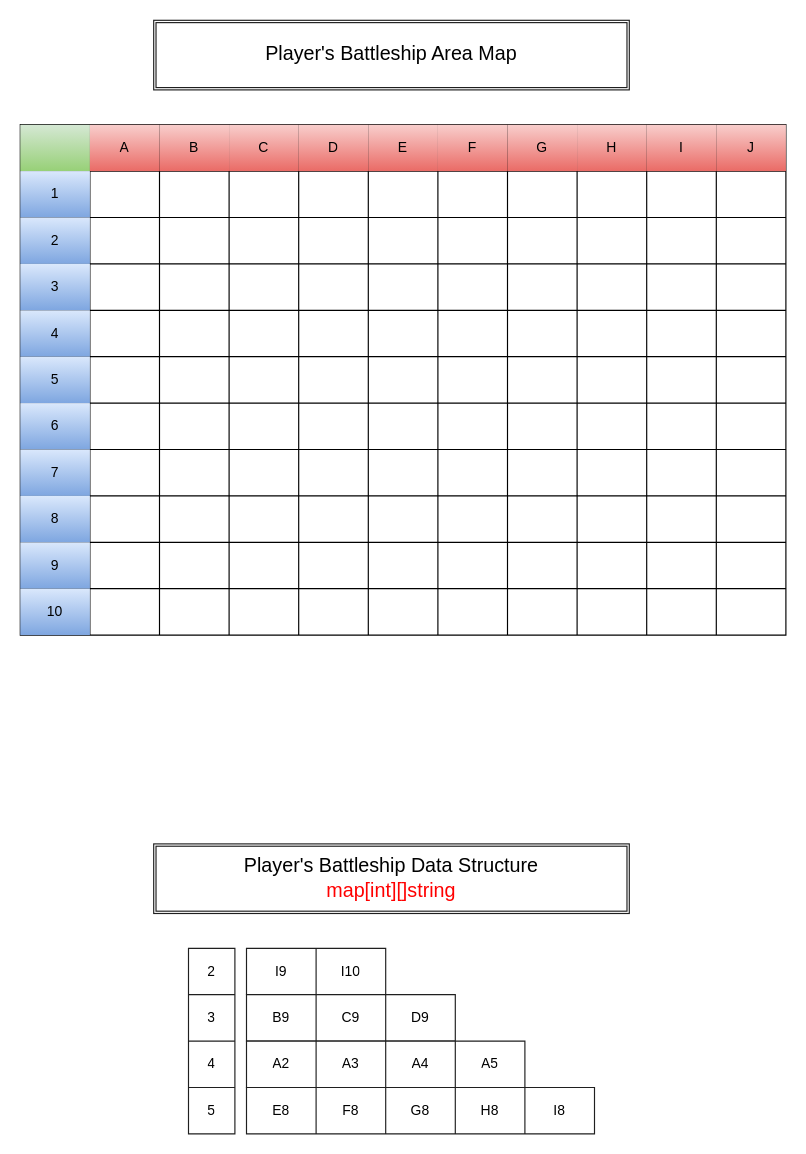
Above: docs/GameBattleship.drawio in CodyZhou/Game-Battleship (draw.io), before the change. Source tidied: cells renumbered, new cells numbered last; positions are measured from the earlier drawing's top-left corner, leaving out a move shared by most shapes. Both pictures are drawn from the tidied source at 116%, with x=0, y=0 at pixel (20, 20).
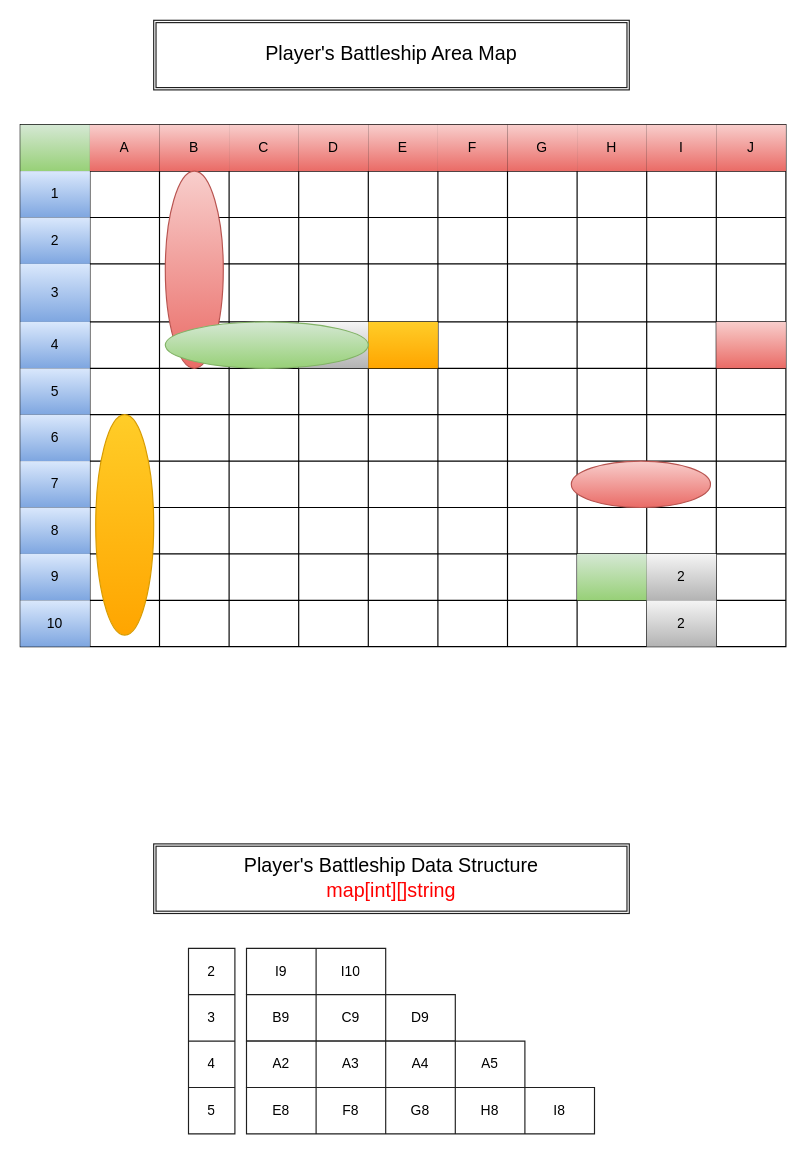
The same page after the edit.

The edit, as a diff of the source:
```diff
@@
     <mxCell id="2" style="shape=table;html=1;whiteSpace=wrap;startSize=0;childLayout=tableLayout;" parent="1" vertex="1">
-      <mxGeometry y="90" width="660" height="440" as="geometry" />
+      <mxGeometry y="90" width="660" height="450" as="geometry" />
     </mxCell>
@@
     <mxCell id="39" style="shape=tableRow;horizontal=0;startSize=0;swimlaneHead=0;swimlaneBody=0;top=0;left=0;bottom=0;right=0;fillColor=none;" parent="2" vertex="1">
-      <mxGeometry y="120" width="660" height="40" as="geometry" />
+      <mxGeometry y="120" width="660" height="50" as="geometry" />
     </mxCell>
     <mxCell id="40" value="3" style="shape=partialRectangle;html=1;whiteSpace=wrap;fillColor=#dae8fc;top=0;left=0;bottom=0;right=0;overflow=hidden;gradientColor=#7ea6e0;strokeColor=#6c8ebf;" parent="39" vertex="1">
-      <mxGeometry width="60" height="40" as="geometry" />
+      <mxGeometry width="60" height="50" as="geometry" />
     </mxCell>
     <mxCell id="41" style="shape=partialRectangle;html=1;whiteSpace=wrap;fillColor=none;top=0;left=0;bottom=0;right=0;overflow=hidden;" parent="39" vertex="1">
-      <mxGeometry x="60" width="60" height="40" as="geometry" />
+      <mxGeometry x="60" width="60" height="50" as="geometry" />
     </mxCell>
     <mxCell id="42" style="shape=partialRectangle;html=1;whiteSpace=wrap;fillColor=none;top=0;left=0;bottom=0;right=0;overflow=hidden;" parent="39" vertex="1">
-      <mxGeometry x="120" width="60" height="40" as="geometry" />
+      <mxGeometry x="120" width="60" height="50" as="geometry" />
     </mxCell>
     <mxCell id="43" style="shape=partialRectangle;html=1;whiteSpace=wrap;fillColor=none;top=0;left=0;bottom=0;right=0;overflow=hidden;" parent="39" vertex="1">
-      <mxGeometry x="180" width="60" height="40" as="geometry" />
+      <mxGeometry x="180" width="60" height="50" as="geometry" />
     </mxCell>
     <mxCell id="44" style="shape=partialRectangle;html=1;whiteSpace=wrap;fillColor=none;top=0;left=0;bottom=0;right=0;overflow=hidden;" parent="39" vertex="1">
-      <mxGeometry x="240" width="60" height="40" as="geometry" />
+      <mxGeometry x="240" width="60" height="50" as="geometry" />
     </mxCell>
     <mxCell id="45" style="shape=partialRectangle;html=1;whiteSpace=wrap;fillColor=none;top=0;left=0;bottom=0;right=0;overflow=hidden;" parent="39" vertex="1">
-      <mxGeometry x="300" width="60" height="40" as="geometry" />
+      <mxGeometry x="300" width="60" height="50" as="geometry" />
     </mxCell>
     <mxCell id="46" style="shape=partialRectangle;html=1;whiteSpace=wrap;fillColor=none;top=0;left=0;bottom=0;right=0;overflow=hidden;" parent="39" vertex="1">
-      <mxGeometry x="360" width="60" height="40" as="geometry" />
+      <mxGeometry x="360" width="60" height="50" as="geometry" />
     </mxCell>
     <mxCell id="47" style="shape=partialRectangle;html=1;whiteSpace=wrap;fillColor=none;top=0;left=0;bottom=0;right=0;overflow=hidden;" parent="39" vertex="1">
-      <mxGeometry x="420" width="60" height="40" as="geometry" />
+      <mxGeometry x="420" width="60" height="50" as="geometry" />
     </mxCell>
     <mxCell id="48" style="shape=partialRectangle;html=1;whiteSpace=wrap;fillColor=none;top=0;left=0;bottom=0;right=0;overflow=hidden;" parent="39" vertex="1">
-      <mxGeometry x="480" width="60" height="40" as="geometry" />
+      <mxGeometry x="480" width="60" height="50" as="geometry" />
     </mxCell>
     <mxCell id="49" style="shape=partialRectangle;html=1;whiteSpace=wrap;fillColor=none;top=0;left=0;bottom=0;right=0;overflow=hidden;" parent="39" vertex="1">
-      <mxGeometry x="540" width="60" height="40" as="geometry" />
+      <mxGeometry x="540" width="60" height="50" as="geometry" />
     </mxCell>
     <mxCell id="50" style="shape=partialRectangle;html=1;whiteSpace=wrap;fillColor=none;top=0;left=0;bottom=0;right=0;overflow=hidden;" parent="39" vertex="1">
-      <mxGeometry x="600" width="60" height="40" as="geometry" />
+      <mxGeometry x="600" width="60" height="50" as="geometry" />
     </mxCell>
     <mxCell id="51" style="shape=tableRow;horizontal=0;startSize=0;swimlaneHead=0;swimlaneBody=0;top=0;left=0;bottom=0;right=0;fillColor=none;" parent="2" vertex="1">
-      <mxGeometry y="160" width="660" height="40" as="geometry" />
+      <mxGeometry y="170" width="660" height="40" as="geometry" />
     </mxCell>
@@
-    <mxCell id="56" style="shape=partialRectangle;html=1;whiteSpace=wrap;fillColor=none;top=0;left=0;bottom=0;right=0;overflow=hidden;" parent="51" vertex="1">
+    <mxCell id="56" style="shape=partialRectangle;html=1;whiteSpace=wrap;fillColor=#f5f5f5;top=0;left=0;bottom=0;right=0;overflow=hidden;gradientColor=#b3b3b3;strokeColor=#666666;" parent="51" vertex="1">
       <mxGeometry x="240" width="60" height="40" as="geometry" />
     </mxCell>
-    <mxCell id="57" style="shape=partialRectangle;html=1;whiteSpace=wrap;fillColor=none;top=0;left=0;bottom=0;right=0;overflow=hidden;" parent="51" vertex="1">
+    <mxCell id="57" style="shape=partialRectangle;html=1;whiteSpace=wrap;fillColor=#ffcd28;top=0;left=0;bottom=0;right=0;overflow=hidden;gradientColor=#ffa500;strokeColor=#d79b00;" parent="51" vertex="1">
       <mxGeometry x="300" width="60" height="40" as="geometry" />
     </mxCell>
@@
-    <mxCell id="62" style="shape=partialRectangle;html=1;whiteSpace=wrap;fillColor=none;top=0;left=0;bottom=0;right=0;overflow=hidden;" parent="51" vertex="1">
+    <mxCell id="62" style="shape=partialRectangle;html=1;whiteSpace=wrap;fillColor=#f8cecc;top=0;left=0;bottom=0;right=0;overflow=hidden;gradientColor=#ea6b66;strokeColor=#b85450;" parent="51" vertex="1">
       <mxGeometry x="600" width="60" height="40" as="geometry" />
     </mxCell>
     <mxCell id="63" style="shape=tableRow;horizontal=0;startSize=0;swimlaneHead=0;swimlaneBody=0;top=0;left=0;bottom=0;right=0;fillColor=none;" parent="2" vertex="1">
-      <mxGeometry y="200" width="660" height="40" as="geometry" />
+      <mxGeometry y="210" width="660" height="40" as="geometry" />
     </mxCell>
@@
     <mxCell id="75" style="shape=tableRow;horizontal=0;startSize=0;swimlaneHead=0;swimlaneBody=0;top=0;left=0;bottom=0;right=0;fillColor=none;" parent="2" vertex="1">
-      <mxGeometry y="240" width="660" height="40" as="geometry" />
+      <mxGeometry y="250" width="660" height="40" as="geometry" />
     </mxCell>
@@
     <mxCell id="87" style="shape=tableRow;horizontal=0;startSize=0;swimlaneHead=0;swimlaneBody=0;top=0;left=0;bottom=0;right=0;fillColor=none;" parent="2" vertex="1">
-      <mxGeometry y="280" width="660" height="40" as="geometry" />
+      <mxGeometry y="290" width="660" height="40" as="geometry" />
     </mxCell>
@@
     <mxCell id="99" style="shape=tableRow;horizontal=0;startSize=0;swimlaneHead=0;swimlaneBody=0;top=0;left=0;bottom=0;right=0;fillColor=none;" parent="2" vertex="1">
-      <mxGeometry y="320" width="660" height="40" as="geometry" />
+      <mxGeometry y="330" width="660" height="40" as="geometry" />
     </mxCell>
@@
     <mxCell id="111" style="shape=tableRow;horizontal=0;startSize=0;swimlaneHead=0;swimlaneBody=0;top=0;left=0;bottom=0;right=0;fillColor=none;" parent="2" vertex="1">
-      <mxGeometry y="360" width="660" height="40" as="geometry" />
+      <mxGeometry y="370" width="660" height="40" as="geometry" />
     </mxCell>
@@
-    <mxCell id="120" style="shape=partialRectangle;html=1;whiteSpace=wrap;fillColor=none;top=0;left=0;bottom=0;right=0;overflow=hidden;" parent="111" vertex="1">
+    <mxCell id="120" style="shape=partialRectangle;html=1;whiteSpace=wrap;fillColor=#d5e8d4;top=0;left=0;bottom=0;right=0;overflow=hidden;gradientColor=#97d077;strokeColor=#82b366;" parent="111" vertex="1">
       <mxGeometry x="480" width="60" height="40" as="geometry" />
     </mxCell>
-    <mxCell id="121" style="shape=partialRectangle;html=1;whiteSpace=wrap;fillColor=none;top=0;left=0;bottom=0;right=0;overflow=hidden;" parent="111" vertex="1">
+    <mxCell id="121" value="2" style="shape=partialRectangle;html=1;whiteSpace=wrap;fillColor=#f5f5f5;top=0;left=0;bottom=0;right=0;overflow=hidden;gradientColor=#b3b3b3;strokeColor=#666666;" parent="111" vertex="1">
       <mxGeometry x="540" width="60" height="40" as="geometry" />
     </mxCell>
@@
     <mxCell id="123" style="shape=tableRow;horizontal=0;startSize=0;swimlaneHead=0;swimlaneBody=0;top=0;left=0;bottom=0;right=0;fillColor=none;" parent="2" vertex="1">
-      <mxGeometry y="400" width="660" height="40" as="geometry" />
+      <mxGeometry y="410" width="660" height="40" as="geometry" />
     </mxCell>
@@
-    <mxCell id="133" style="shape=partialRectangle;html=1;whiteSpace=wrap;fillColor=none;top=0;left=0;bottom=0;right=0;overflow=hidden;" parent="123" vertex="1">
+    <mxCell id="133" value="2" style="shape=partialRectangle;html=1;whiteSpace=wrap;fillColor=#f5f5f5;top=0;left=0;bottom=0;right=0;overflow=hidden;gradientColor=#b3b3b3;strokeColor=#666666;" parent="123" vertex="1">
       <mxGeometry x="540" width="60" height="40" as="geometry" />
     </mxCell>
@@
+    <mxCell id="168" style="ellipse;whiteSpace=wrap;html=1;fillColor=#ffcd28;gradientColor=#ffa500;strokeColor=#d79b00;" parent="1" vertex="1">
+      <mxGeometry x="65" y="340" width="50" height="190" as="geometry" />
+    </mxCell>
+    <mxCell id="169" style="ellipse;whiteSpace=wrap;html=1;fillColor=#f8cecc;gradientColor=#ea6b66;strokeColor=#b85450;" parent="1" vertex="1">
+      <mxGeometry x="475" y="380" width="120" height="40" as="geometry" />
+    </mxCell>
+    <mxCell id="170" style="ellipse;whiteSpace=wrap;html=1;fillColor=#f8cecc;gradientColor=#ea6b66;strokeColor=#b85450;" parent="1" vertex="1">
+      <mxGeometry x="125" y="130" width="50" height="170" as="geometry" />
+    </mxCell>
+    <mxCell id="171" style="ellipse;whiteSpace=wrap;html=1;fillColor=#d5e8d4;gradientColor=#97d077;strokeColor=#82b366;" parent="1" vertex="1">
+      <mxGeometry x="125" y="260" width="175" height="40" as="geometry" />
+    </mxCell>
```
